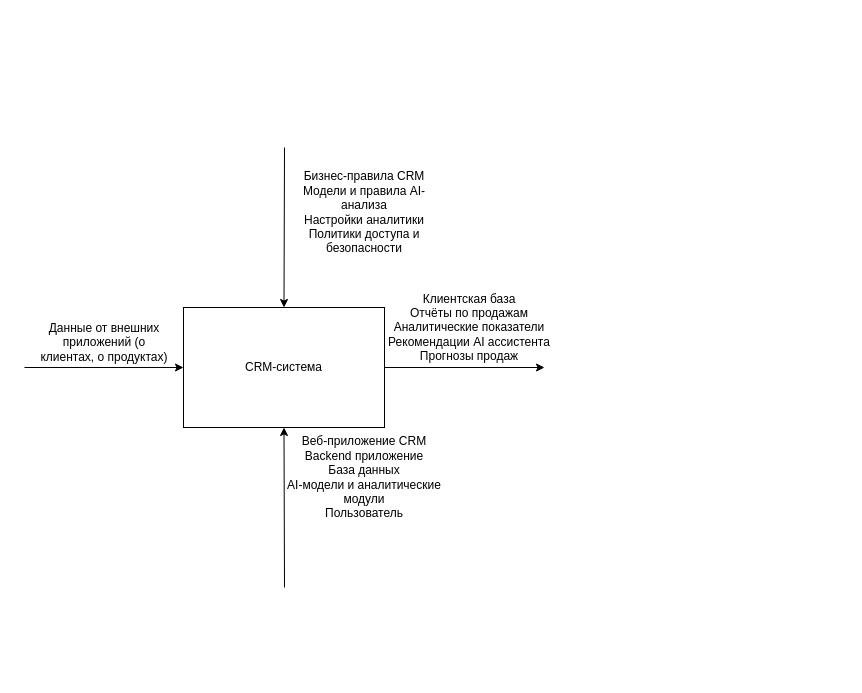
This is docs/src/idef0.drawio from StandartU/ai_crm, a draw.io file, before an edit. Source tidied: cells renumbered, new cells numbered last; positions are measured from the earlier drawing's top-left corner, leaving out a move shared by most shapes. Both pictures are drawn from the tidied source at 100%, with x=0, y=0 at pixel (24, 147).
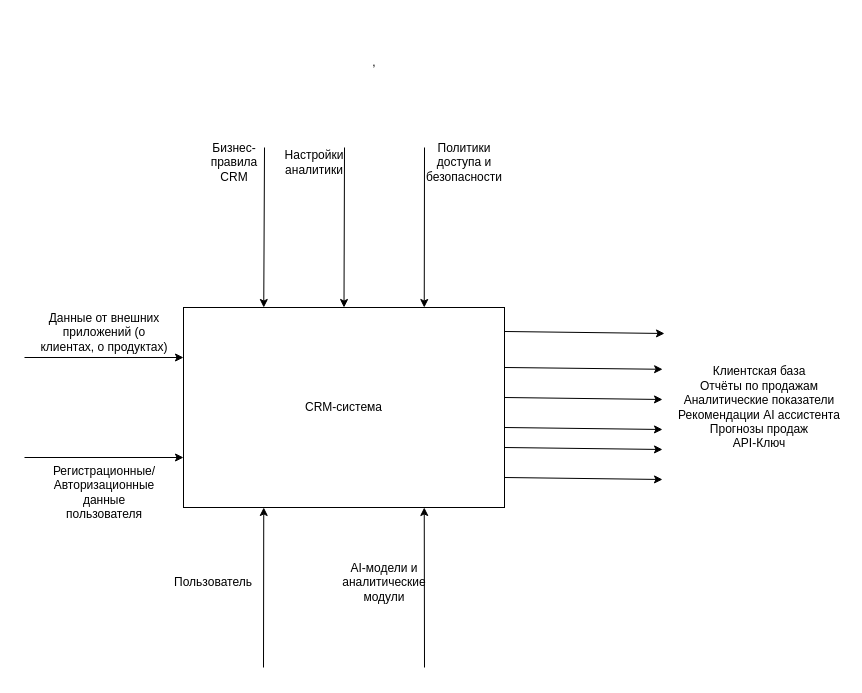
The same page after the edit.

The edit, as a diff of the source:
```diff
@@
     <mxCell id="2" value="CRM-система" style="rounded=0;whiteSpace=wrap;html=1;" parent="1" vertex="1">
-      <mxGeometry x="159" y="160" width="201" height="120" as="geometry" />
+      <mxGeometry x="159" y="160" width="321" height="200" as="geometry" />
     </mxCell>
-    <mxCell id="3" style="endArrow=classic;html=1;rounded=0;entryX=0;entryY=0.5;entryDx=0;entryDy=0;" parent="1" edge="1" target="2">
+    <mxCell id="3" style="endArrow=classic;html=1;rounded=0;entryX=0;entryY=0.25;entryDx=0;entryDy=0;" parent="1" edge="1" target="2">
       <mxGeometry relative="1" as="geometry">
-        <mxPoint y="220" as="sourcePoint" />
+        <mxPoint y="210" as="sourcePoint" />
       </mxGeometry>
     </mxCell>
     <mxCell id="4" value="Данные от внешних приложений (о клиентах, о продуктах)" style="text;html=1;whiteSpace=wrap;strokeColor=none;fillColor=none;align=center;verticalAlign=middle;rounded=0;" parent="1" vertex="1">
-      <mxGeometry x="10" y="170" width="140" height="50" as="geometry" />
+      <mxGeometry x="10" y="160" width="140" height="50" as="geometry" />
     </mxCell>
-    <mxCell id="5" style="edgeStyle=none;jettySize=auto;html=1;rounded=0;exitX=1;exitY=0.5;exitDx=0;exitDy=0;" parent="1" edge="1" source="2">
-      <mxGeometry relative="1" as="geometry">
-        <mxPoint x="520" y="220" as="targetPoint" />
-      </mxGeometry>
-    </mxCell>
-    <mxCell id="6" value="&lt;div&gt;Клиентская база&lt;/div&gt;&lt;div&gt;Отчёты по продажам&lt;/div&gt;&lt;div&gt;Аналитические показатели&lt;/div&gt;&lt;div&gt;Рекомендации AI ассистента&lt;/div&gt;&lt;div&gt;Прогнозы продаж&lt;/div&gt;" style="text;html=1;whiteSpace=wrap;strokeColor=none;fillColor=none;align=center;verticalAlign=middle;rounded=0;" parent="1" vertex="1">
-      <mxGeometry x="360" y="140" width="170" height="80" as="geometry" />
+    <mxCell id="6" value="&lt;div&gt;Клиентская база&lt;/div&gt;&lt;div&gt;Отчёты по продажам&lt;/div&gt;&lt;div&gt;Аналитические показатели&lt;/div&gt;&lt;div&gt;Рекомендации AI ассистента&lt;/div&gt;&lt;div&gt;Прогнозы продаж&lt;/div&gt;API-Ключ" style="text;html=1;whiteSpace=wrap;strokeColor=none;fillColor=none;align=center;verticalAlign=middle;rounded=0;" parent="1" vertex="1">
+      <mxGeometry x="650" y="220" width="170" height="80" as="geometry" />
     </mxCell>
-    <mxCell id="7" style="edgeStyle=none;jettySize=auto;html=1;rounded=0;entryX=0.5;entryY=0;entryDx=0;entryDy=0;" parent="1" edge="1" target="2">
+    <mxCell id="7" style="edgeStyle=none;jettySize=auto;html=1;rounded=0;entryX=0.25;entryY=0;entryDx=0;entryDy=0;" parent="1" edge="1" target="2">
       <mxGeometry relative="1" as="geometry">
-        <mxPoint x="260" as="sourcePoint" />
+        <mxPoint x="240" as="sourcePoint" />
       </mxGeometry>
     </mxCell>
-    <mxCell id="8" value="&lt;div&gt;Бизнес-правила CRM&lt;/div&gt;&lt;div&gt;Модели и правила AI-анализа&lt;/div&gt;&lt;div&gt;Настройки аналитики&lt;/div&gt;&lt;div&gt;Политики доступа и безопасности&lt;/div&gt;" style="text;html=1;whiteSpace=wrap;strokeColor=none;fillColor=none;align=center;verticalAlign=middle;rounded=0;" parent="1" vertex="1">
-      <mxGeometry x="260" y="20" width="160" height="90" as="geometry" />
+    <mxCell id="8" value="," style="text;html=1;whiteSpace=wrap;strokeColor=none;fillColor=none;align=center;verticalAlign=middle;rounded=0;" parent="1" vertex="1">
+      <mxGeometry x="270" y="-130" width="160" height="90" as="geometry" />
     </mxCell>
-    <mxCell id="9" style="edgeStyle=none;jettySize=auto;html=1;rounded=0;entryX=0.5;entryY=1;entryDx=0;entryDy=0;" parent="1" edge="1" target="2">
-      <mxGeometry relative="1" as="geometry">
-        <mxPoint x="260" y="440" as="sourcePoint" />
-      </mxGeometry>
-    </mxCell>
-    <mxCell id="10" value="&lt;div&gt;Веб-приложение CRM&lt;/div&gt;&lt;div&gt;Backend приложение&lt;/div&gt;&lt;div&gt;База данных&lt;/div&gt;&lt;div&gt;AI-модели и аналитические модули&lt;/div&gt;&lt;div&gt;Пользователь&lt;/div&gt;" style="text;html=1;whiteSpace=wrap;strokeColor=none;fillColor=none;align=center;verticalAlign=middle;rounded=0;" parent="1" vertex="1">
-      <mxGeometry x="260" y="280" width="160" height="100" as="geometry" />
-    </mxCell>
+    <mxCell id="11" style="endArrow=classic;html=1;rounded=0;entryX=0;entryY=0.75;entryDx=0;entryDy=0;" parent="1" edge="1" target="2">
+      <mxGeometry relative="1" as="geometry">
+        <mxPoint y="310" as="sourcePoint" />
+      </mxGeometry>
+    </mxCell>
+    <mxCell id="12" value="&lt;div&gt;Регистрационные/Авторизационные&lt;/div&gt;&lt;div&gt;данные пользователя&lt;/div&gt;" style="text;html=1;whiteSpace=wrap;strokeColor=none;fillColor=none;align=center;verticalAlign=middle;rounded=0;" parent="1" vertex="1">
+      <mxGeometry x="50" y="330" width="60" height="30" as="geometry" />
+    </mxCell>
+    <mxCell id="13" value="Бизнес-правила CRM" style="text;html=1;whiteSpace=wrap;strokeColor=none;fillColor=none;align=center;verticalAlign=middle;rounded=0;" parent="1" vertex="1">
+      <mxGeometry x="180" width="60" height="30" as="geometry" />
+    </mxCell>
+    <mxCell id="14" style="edgeStyle=none;jettySize=auto;html=1;rounded=0;entryX=0.5;entryY=0;entryDx=0;entryDy=0;" parent="1" edge="1" target="2">
+      <mxGeometry relative="1" as="geometry">
+        <mxPoint x="320" as="sourcePoint" />
+      </mxGeometry>
+    </mxCell>
+    <mxCell id="15" value="Настройки аналитики" style="text;html=1;whiteSpace=wrap;strokeColor=none;fillColor=none;align=center;verticalAlign=middle;rounded=0;" parent="1" vertex="1">
+      <mxGeometry x="260" width="60" height="30" as="geometry" />
+    </mxCell>
+    <mxCell id="16" style="edgeStyle=none;jettySize=auto;html=1;rounded=0;entryX=0.75;entryY=0;entryDx=0;entryDy=0;" parent="1" edge="1" target="2">
+      <mxGeometry relative="1" as="geometry">
+        <mxPoint x="400" as="sourcePoint" />
+      </mxGeometry>
+    </mxCell>
+    <mxCell id="17" value="Политики доступа и безопасности" style="text;html=1;whiteSpace=wrap;strokeColor=none;fillColor=none;align=center;verticalAlign=middle;rounded=0;" parent="1" vertex="1">
+      <mxGeometry x="410" width="60" height="30" as="geometry" />
+    </mxCell>
+    <mxCell id="18" style="edgeStyle=none;jettySize=auto;html=1;rounded=0;entryX=0.25;entryY=1;entryDx=0;entryDy=0;" parent="1" edge="1" target="2">
+      <mxGeometry relative="1" as="geometry">
+        <mxPoint x="239" y="520" as="sourcePoint" />
+      </mxGeometry>
+    </mxCell>
+    <mxCell id="19" value="Пользователь" style="text;html=1;whiteSpace=wrap;strokeColor=none;fillColor=none;align=center;verticalAlign=middle;rounded=0;" parent="1" vertex="1">
+      <mxGeometry x="159" y="420" width="60" height="30" as="geometry" />
+    </mxCell>
+    <mxCell id="20" style="edgeStyle=none;jettySize=auto;html=1;rounded=0;entryX=0.75;entryY=1;entryDx=0;entryDy=0;" parent="1" edge="1" target="2">
+      <mxGeometry relative="1" as="geometry">
+        <mxPoint x="400" y="520" as="sourcePoint" />
+      </mxGeometry>
+    </mxCell>
+    <mxCell id="21" value="AI-модели и аналитические модули" style="text;html=1;whiteSpace=wrap;strokeColor=none;fillColor=none;align=center;verticalAlign=middle;rounded=0;" parent="1" vertex="1">
+      <mxGeometry x="330" y="420" width="60" height="30" as="geometry" />
+    </mxCell>
+    <mxCell id="22" style="edgeStyle=none;orthogonalLoop=1;jettySize=auto;html=1;rounded=0;exitX=1.006;exitY=0.191;exitDx=0;exitDy=0;exitPerimeter=0;" parent="1" edge="1">
+      <mxGeometry relative="1" as="geometry">
+        <mxPoint x="480" y="220" as="sourcePoint" />
+        <mxPoint x="638.1" y="221.8" as="targetPoint" />
+      </mxGeometry>
+    </mxCell>
+    <mxCell id="23" style="edgeStyle=none;orthogonalLoop=1;jettySize=auto;html=1;rounded=0;exitX=1.006;exitY=0.191;exitDx=0;exitDy=0;exitPerimeter=0;" parent="1" edge="1">
+      <mxGeometry relative="1" as="geometry">
+        <mxPoint x="480" y="250" as="sourcePoint" />
+        <mxPoint x="638" y="252" as="targetPoint" />
+      </mxGeometry>
+    </mxCell>
+    <mxCell id="24" style="edgeStyle=none;orthogonalLoop=1;jettySize=auto;html=1;rounded=0;exitX=1.006;exitY=0.191;exitDx=0;exitDy=0;exitPerimeter=0;" parent="1" edge="1">
+      <mxGeometry relative="1" as="geometry">
+        <mxPoint x="480" y="300" as="sourcePoint" />
+        <mxPoint x="638" y="302" as="targetPoint" />
+      </mxGeometry>
+    </mxCell>
+    <mxCell id="25" style="edgeStyle=none;orthogonalLoop=1;jettySize=auto;html=1;rounded=0;exitX=1.006;exitY=0.191;exitDx=0;exitDy=0;exitPerimeter=0;" parent="1" edge="1">
+      <mxGeometry relative="1" as="geometry">
+        <mxPoint x="480" y="184" as="sourcePoint" />
+        <mxPoint x="640" y="186" as="targetPoint" />
+      </mxGeometry>
+    </mxCell>
+    <mxCell id="26" style="edgeStyle=none;orthogonalLoop=1;jettySize=auto;html=1;rounded=0;exitX=1.006;exitY=0.191;exitDx=0;exitDy=0;exitPerimeter=0;" parent="1" edge="1">
+      <mxGeometry relative="1" as="geometry">
+        <mxPoint x="480" y="330" as="sourcePoint" />
+        <mxPoint x="638" y="332" as="targetPoint" />
+      </mxGeometry>
+    </mxCell>
+    <mxCell id="27" style="edgeStyle=none;orthogonalLoop=1;jettySize=auto;html=1;rounded=0;exitX=1.006;exitY=0.191;exitDx=0;exitDy=0;exitPerimeter=0;" parent="1" edge="1">
+      <mxGeometry relative="1" as="geometry">
+        <mxPoint x="480" y="280" as="sourcePoint" />
+        <mxPoint x="638" y="282" as="targetPoint" />
+      </mxGeometry>
+    </mxCell>
```
